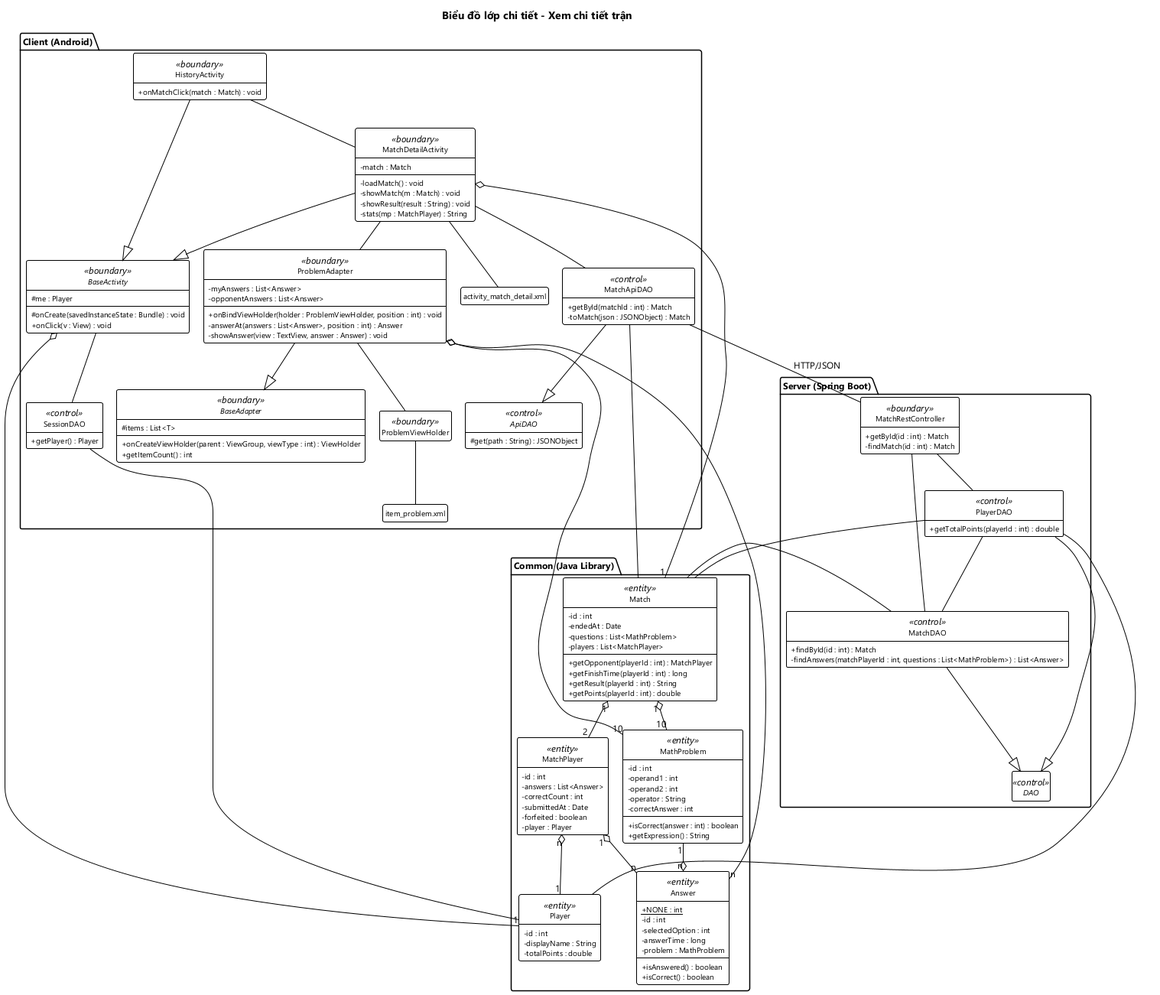
Earlier version of the PlantUML export docs/hung/lop-thiet-ke-xem-chi-tiet-tran.png (HungNguyenBa1811/math-dash).
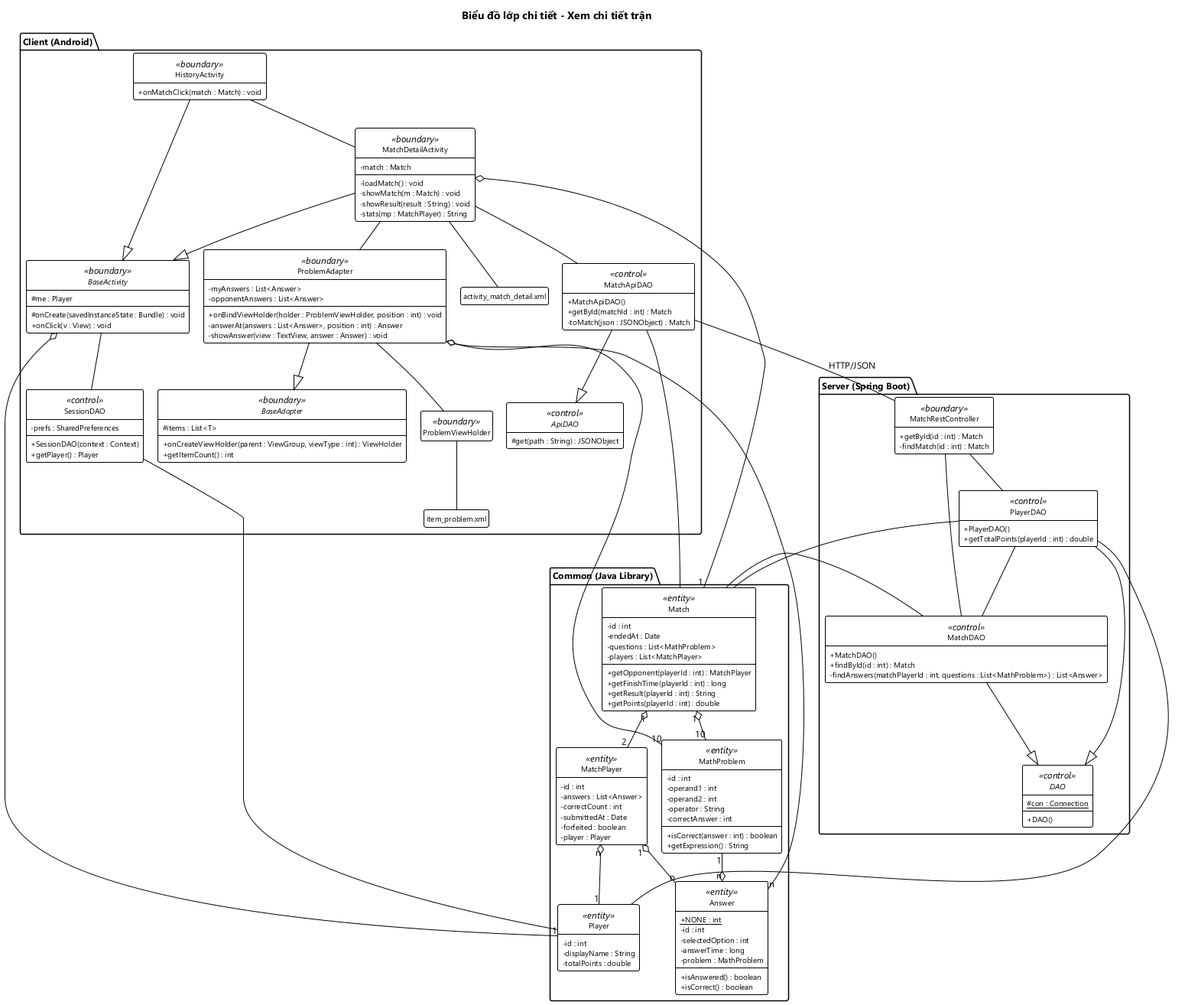
After the change.

Diff of the diagram source:
```diff
@@ -34,12 +34,15 @@
   class "activity_match_detail.xml" as xmlDetail
   class "item_problem.xml" as xmlItemProblem
   class SessionDAO <<control>> {
+    - prefs : SharedPreferences
+    + SessionDAO(context : Context)
     + getPlayer() : Player
   }
   abstract class ApiDAO <<control>> {
     # get(path : String) : JSONObject
   }
   class MatchApiDAO <<control>> {
+    + MatchApiDAO()
     + getById(matchId : int) : Match
     - toMatch(json : JSONObject) : Match
   }
@@ -95,12 +98,16 @@
     - findMatch(id : int) : Match
   }
   abstract class "DAO" as SDAO <<control>> {
+    # {static} con : Connection
+    + DAO()
   }
   class MatchDAO <<control>> {
+    + MatchDAO()
     + findById(id : int) : Match
     - findAnswers(matchPlayerId : int, questions : List<MathProblem>) : List<Answer>
   }
   class PlayerDAO <<control>> {
+    + PlayerDAO()
     + getTotalPoints(playerId : int) : double
   }
 }
```
